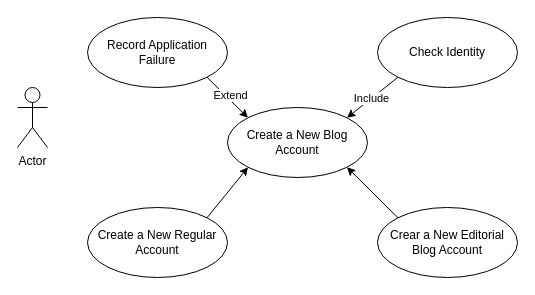
The draw.io diagram ejemplo.drawio in jdrguez/ETS, before the edit. Source tidied: cells renumbered, new cells numbered last; positions are measured from the earlier drawing's top-left corner, leaving out a move shared by most shapes. Both pictures are drawn from the tidied source at 100%, with x=0, y=0 at pixel (17, 17).
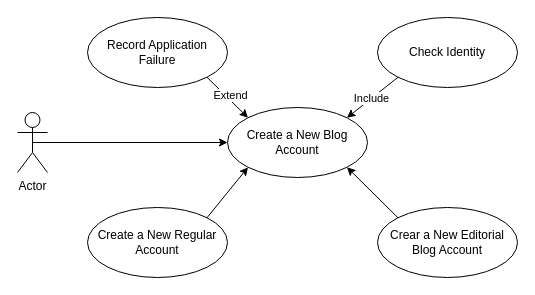
Above is the later version.

Change to the diagram source:
```diff
@@
 <mxGraphModel>
   <root>
     <mxCell id="0" />
     <mxCell id="1" parent="0" />
+    <mxCell id="14" style="edgeStyle=orthogonalEdgeStyle;rounded=0;jettySize=auto;html=1;exitX=0.5;exitY=0.5;exitDx=0;exitDy=0;exitPerimeter=0;" parent="1" edge="1" source="2" target="9">
+      <mxGeometry relative="1" as="geometry" />
+    </mxCell>
     <mxCell id="2" value="Actor" style="shape=umlActor;verticalLabelPosition=bottom;verticalAlign=top;html=1;" parent="1" vertex="1">
-      <mxGeometry y="70" width="30" height="60" as="geometry" />
+      <mxGeometry y="95" width="30" height="60" as="geometry" />
     </mxCell>
     <mxCell id="3" style="rounded=0;jettySize=auto;html=1;exitX=1;exitY=1;exitDx=0;exitDy=0;entryX=0;entryY=0;entryDx=0;entryDy=0;" parent="1" edge="1" source="5" target="9">
       <mxGeometry relative="1" as="geometry" />
     </mxCell>
     <mxCell id="4" value="Extend" style="edgeLabel;html=1;align=center;verticalAlign=middle;" parent="3" vertex="1">
       <mxGeometry x="0.03" y="4" relative="1" as="geometry">
         <mxPoint x="-1" as="offset" />
       </mxGeometry>
     </mxCell>
     <mxCell id="5" value="Record Application Failure" style="ellipse;whiteSpace=wrap;html=1;" parent="1" vertex="1">
       <mxGeometry x="70" width="140" height="70" as="geometry" />
     </mxCell>
     <mxCell id="6" style="rounded=0;jettySize=auto;html=1;exitX=0;exitY=1;exitDx=0;exitDy=0;entryX=1;entryY=0;entryDx=0;entryDy=0;" parent="1" edge="1" source="8" target="9">
       <mxGeometry relative="1" as="geometry" />
     </mxCell>
     <mxCell id="7" value="Include" style="edgeLabel;html=1;align=center;verticalAlign=middle;" parent="6" vertex="1">
       <mxGeometry x="0.05" y="-1" relative="1" as="geometry" />
     </mxCell>
     <mxCell id="8" value="Check Identity" style="ellipse;whiteSpace=wrap;html=1;" parent="1" vertex="1">
       <mxGeometry x="360" width="140" height="70" as="geometry" />
     </mxCell>
     <mxCell id="9" value="Create a New Blog Account" style="ellipse;whiteSpace=wrap;html=1;" parent="1" vertex="1">
       <mxGeometry x="210" y="90" width="140" height="70" as="geometry" />
     </mxCell>
     <mxCell id="10" style="rounded=0;jettySize=auto;html=1;exitX=1;exitY=0;exitDx=0;exitDy=0;entryX=0;entryY=1;entryDx=0;entryDy=0;" parent="1" edge="1" source="11" target="9">
       <mxGeometry relative="1" as="geometry" />
     </mxCell>
     <mxCell id="11" value="Create a New Regular Account" style="ellipse;whiteSpace=wrap;html=1;" parent="1" vertex="1">
       <mxGeometry x="70" y="190" width="140" height="70" as="geometry" />
     </mxCell>
     <mxCell id="12" style="rounded=0;jettySize=auto;html=1;exitX=0;exitY=0;exitDx=0;exitDy=0;entryX=1;entryY=1;entryDx=0;entryDy=0;" parent="1" edge="1" source="13" target="9">
       <mxGeometry relative="1" as="geometry" />
     </mxCell>
     <mxCell id="13" value="Crear a New Editorial Blog Account" style="ellipse;whiteSpace=wrap;html=1;" parent="1" vertex="1">
       <mxGeometry x="360" y="190" width="140" height="70" as="geometry" />
     </mxCell>
   </root>
 </mxGraphModel>
```
